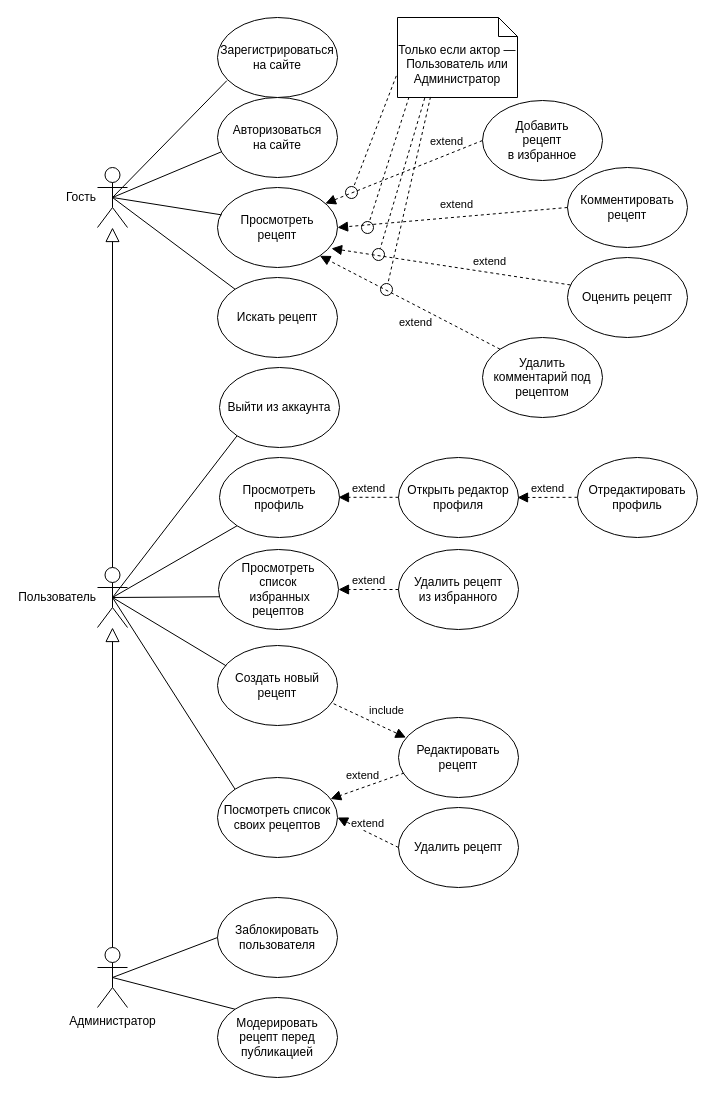
The draw.io diagram docs/Use-cases diagram/Use-cases diagram — Web Gastronomy.drawio in BullDigga/web-gastronomy, before the edit. Source tidied: cells renumbered, new cells numbered last; positions are measured from the earlier drawing's top-left corner, leaving out a move shared by most shapes. Both pictures are drawn from the tidied source at 100%, with x=0, y=0 at pixel (97, 17).
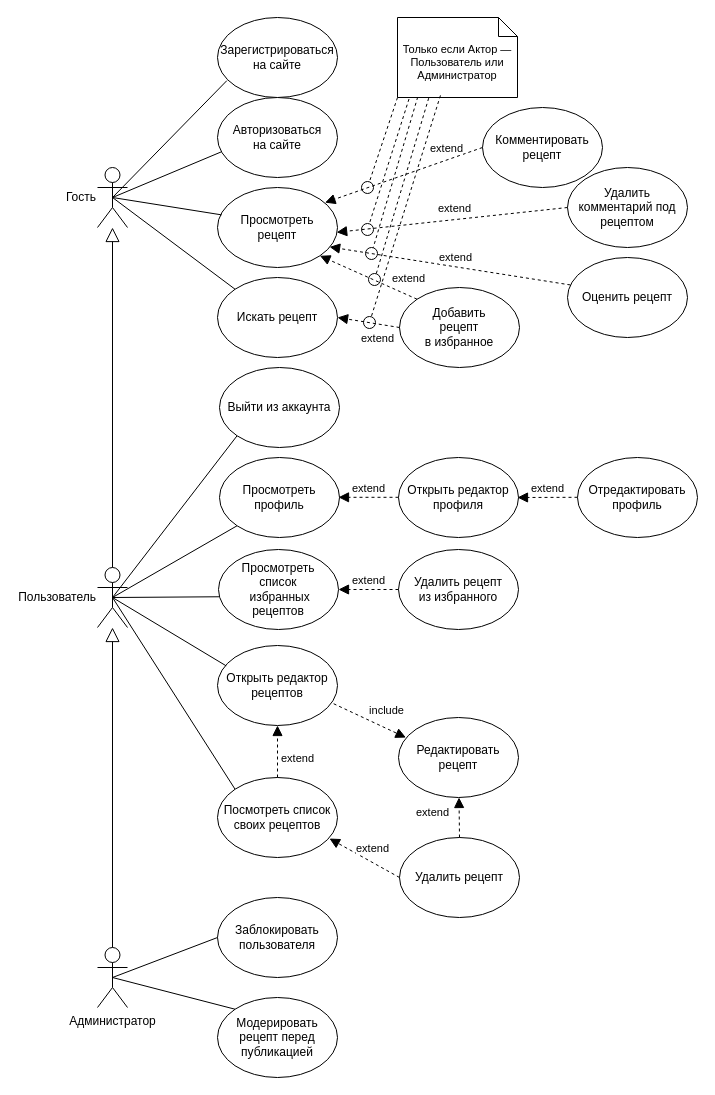
Above is the later version.

Commit message (it also covers changes not shown here):
Use-case «Добавить рецепт в избранное» теперь имеет extend-стрелку к use-case «Искать рецепт» в use-cases диаграмме

Unchanged cells that the change refers to:
```xml
<mxCell id="6" value="&lt;div&gt;Просмотреть&lt;/div&gt;&lt;div&gt;рецепт&lt;/div&gt;" style="ellipse;whiteSpace=wrap;html=1;" parent="1" vertex="1">
  <mxGeometry x="120" y="170" width="120" height="80" as="geometry" />
</mxCell>
<mxCell id="7" value="Искать рецепт" style="ellipse;whiteSpace=wrap;html=1;" parent="1" vertex="1">
  <mxGeometry x="120" y="260" width="120" height="80" as="geometry" />
</mxCell>
<mxCell id="12" value="&lt;div&gt;Редактировать рецепт&lt;/div&gt;" style="ellipse;whiteSpace=wrap;html=1;" parent="1" vertex="1">
  <mxGeometry x="301" y="700" width="120" height="80" as="geometry" />
</mxCell>
<mxCell id="17" value="Оценить рецепт" style="ellipse;whiteSpace=wrap;html=1;" parent="1" vertex="1">
  <mxGeometry x="470" y="240" width="120" height="80" as="geometry" />
</mxCell>
<mxCell id="44" value="&lt;div&gt;Посмотреть список&lt;/div&gt;&lt;div&gt;своих рецептов&lt;/div&gt;" style="ellipse;whiteSpace=wrap;html=1;" parent="1" vertex="1">
  <mxGeometry x="120" y="760" width="120" height="80" as="geometry" />
</mxCell>
```

Diff of the diagram source:
```diff
@@
-    <mxCell id="11" value="Создать новый рецепт" style="ellipse;whiteSpace=wrap;html=1;" parent="1" vertex="1">
+    <mxCell id="11" value="Открыть редактор рецептов" style="ellipse;whiteSpace=wrap;html=1;" parent="1" vertex="1">
       <mxGeometry x="120" y="628" width="120" height="80" as="geometry" />
     </mxCell>
@@
     <mxCell id="13" value="Удалить рецепт" style="ellipse;whiteSpace=wrap;html=1;" parent="1" vertex="1">
-      <mxGeometry x="301" y="790" width="120" height="80" as="geometry" />
+      <mxGeometry x="302" y="820" width="120" height="80" as="geometry" />
     </mxCell>
     <mxCell id="14" value="&lt;div&gt;Добавить&lt;/div&gt;&lt;div&gt;рецепт&lt;/div&gt;&lt;div&gt;в избранное&lt;/div&gt;" style="ellipse;whiteSpace=wrap;html=1;" parent="1" vertex="1">
-      <mxGeometry x="385" y="83" width="120" height="80" as="geometry" />
+      <mxGeometry x="302" y="270" width="120" height="80" as="geometry" />
     </mxCell>
@@
     <mxCell id="16" value="Комментировать рецепт" style="ellipse;whiteSpace=wrap;html=1;" parent="1" vertex="1">
-      <mxGeometry x="470" y="150" width="120" height="80" as="geometry" />
+      <mxGeometry x="385" y="90" width="120" height="80" as="geometry" />
     </mxCell>
@@
-    <mxCell id="30" value="extend" style="html=1;verticalAlign=bottom;endArrow=block;dashed=1;endSize=8;curved=0;rounded=0;endFill=1;entryX=0.899;entryY=0.2;entryDx=0;entryDy=0;exitX=0;exitY=0.5;exitDx=0;exitDy=0;entryPerimeter=0;" parent="1" edge="1" source="14" target="6">
-      <mxGeometry x="-0.56" y="-4" relative="1" as="geometry" />
+    <mxCell id="30" value="extend" style="html=1;verticalAlign=bottom;endArrow=block;dashed=1;endSize=8;curved=0;rounded=0;endFill=1;entryX=1;entryY=1;entryDx=0;entryDy=0;exitX=0;exitY=0;exitDx=0;exitDy=0;" parent="1" edge="1" source="14" target="6">
+      <mxGeometry x="-0.75" y="-7" relative="1" as="geometry" />
     </mxCell>
-    <mxCell id="31" value="extend" style="html=1;verticalAlign=bottom;endArrow=block;dashed=1;endSize=8;curved=0;rounded=0;endFill=1;entryX=1;entryY=0.5;entryDx=0;entryDy=0;exitX=0;exitY=0.5;exitDx=0;exitDy=0;" parent="1" edge="1" source="16" target="6">
-      <mxGeometry x="-0.04" y="-4" relative="1" as="geometry" />
+    <mxCell id="31" value="extend" style="html=1;verticalAlign=bottom;endArrow=block;dashed=1;endSize=8;curved=0;rounded=0;endFill=1;entryX=0.896;entryY=0.189;entryDx=0;entryDy=0;exitX=0;exitY=0.5;exitDx=0;exitDy=0;entryPerimeter=0;" parent="1" edge="1" source="16" target="6">
+      <mxGeometry x="-0.56" y="-2" relative="1" as="geometry" />
     </mxCell>
@@
-    <mxCell id="37" value="Только если актор — Пользователь или Администратор" style="shape=note2;boundedLbl=1;whiteSpace=wrap;html=1;size=19;verticalAlign=top;align=center;" parent="1" vertex="1">
+    <mxCell id="37" value="Только если Актор — Пользователь или Администратор" style="shape=note2;boundedLbl=1;whiteSpace=wrap;html=1;size=19;verticalAlign=top;align=center;fontSize=11;" parent="1" vertex="1">
       <mxGeometry x="300" width="120" height="80" as="geometry" />
     </mxCell>
-    <mxCell id="38" style="endArrow=oval;dashed=1;endFill=0;endSize=12;html=1;rounded=0;exitX=-0.01;exitY=0.73;exitDx=0;exitDy=0;exitPerimeter=0;" parent="1" edge="1" source="37">
+    <mxCell id="38" style="endArrow=oval;dashed=1;endFill=0;endSize=12;html=1;rounded=0;" parent="1" edge="1">
       <mxGeometry relative="1" as="geometry">
-        <mxPoint x="254" y="175" as="targetPoint" />
+        <mxPoint x="300" y="80" as="sourcePoint" />
+        <mxPoint x="270" y="170" as="targetPoint" />
       </mxGeometry>
     </mxCell>
-    <mxCell id="39" style="endArrow=oval;dashed=1;endFill=0;endSize=12;html=1;rounded=0;exitX=0.096;exitY=0.994;exitDx=0;exitDy=0;exitPerimeter=0;" parent="1" edge="1" source="37">
+    <mxCell id="39" style="endArrow=oval;dashed=1;endFill=0;endSize=12;html=1;rounded=0;exitX=0.096;exitY=0.994;exitDx=0;exitDy=0;exitPerimeter=0;" parent="1" edge="1">
       <mxGeometry relative="1" as="geometry">
-        <mxPoint x="270" y="210" as="targetPoint" />
+        <mxPoint x="311.5" y="81.5" as="sourcePoint" />
+        <mxPoint x="270" y="212" as="targetPoint" />
       </mxGeometry>
     </mxCell>
-    <mxCell id="40" value="extend" style="html=1;verticalAlign=bottom;endArrow=block;dashed=1;endSize=8;curved=0;rounded=0;endFill=1;entryX=0.95;entryY=0.762;entryDx=0;entryDy=0;exitX=0.024;exitY=0.343;exitDx=0;exitDy=0;entryPerimeter=0;exitPerimeter=0;" parent="1" edge="1" source="17" target="6">
-      <mxGeometry x="-0.32" y="-2" relative="1" as="geometry" />
+    <mxCell id="40" value="extend" style="html=1;verticalAlign=bottom;endArrow=block;dashed=1;endSize=8;curved=0;rounded=0;endFill=1;entryX=0.934;entryY=0.743;entryDx=0;entryDy=0;exitX=0.024;exitY=0.343;exitDx=0;exitDy=0;entryPerimeter=0;exitPerimeter=0;" parent="1" edge="1" source="17" target="6">
+      <mxGeometry x="-0.05" relative="1" as="geometry" />
     </mxCell>
-    <mxCell id="41" style="endArrow=oval;dashed=1;endFill=0;endSize=12;html=1;rounded=0;exitX=0.227;exitY=1.007;exitDx=0;exitDy=0;exitPerimeter=0;" parent="1" edge="1" source="37">
+    <mxCell id="41" style="endArrow=oval;dashed=1;endFill=0;endSize=12;html=1;rounded=0;exitX=0.227;exitY=1.007;exitDx=0;exitDy=0;exitPerimeter=0;" parent="1" edge="1">
       <mxGeometry relative="1" as="geometry">
-        <mxPoint x="281" y="237" as="targetPoint" />
+        <mxPoint x="320.2" y="79.6" as="sourcePoint" />
+        <mxPoint x="274" y="236" as="targetPoint" />
       </mxGeometry>
     </mxCell>
@@
-    <mxCell id="45" value="extend" style="html=1;verticalAlign=bottom;endArrow=block;dashed=1;endSize=8;curved=0;rounded=0;endFill=1;entryX=1;entryY=0.5;entryDx=0;entryDy=0;exitX=0;exitY=0.5;exitDx=0;exitDy=0;" parent="1" edge="1" source="13" target="44">
-      <mxGeometry relative="1" as="geometry" />
+    <mxCell id="45" value="extend" style="html=1;verticalAlign=bottom;endArrow=block;dashed=1;endSize=8;curved=0;rounded=0;endFill=1;entryX=0.933;entryY=0.763;entryDx=0;entryDy=0;exitX=0;exitY=0.5;exitDx=0;exitDy=0;entryPerimeter=0;" parent="1" edge="1" source="13" target="44">
+      <mxGeometry x="-0.18" y="-4" relative="1" as="geometry" />
     </mxCell>
-    <mxCell id="46" value="extend" style="html=1;verticalAlign=bottom;endArrow=block;dashed=1;endSize=8;curved=0;rounded=0;endFill=1;exitX=0.047;exitY=0.694;exitDx=0;exitDy=0;exitPerimeter=0;" parent="1" edge="1" source="12" target="44">
-      <mxGeometry x="0.11" y="-3" relative="1" as="geometry" />
+    <mxCell id="46" value="extend" style="html=1;verticalAlign=bottom;endArrow=block;dashed=1;endSize=8;curved=0;rounded=0;endFill=1;exitX=0.5;exitY=0;exitDx=0;exitDy=0;entryX=0.5;entryY=1;entryDx=0;entryDy=0;" parent="1" edge="1" source="44" target="11">
+      <mxGeometry x="-0.62" y="-20" relative="1" as="geometry" />
     </mxCell>
@@
     <mxCell id="48" value="Удалить комментарий под рецептом" style="ellipse;whiteSpace=wrap;html=1;" parent="1" vertex="1">
-      <mxGeometry x="385" y="320" width="120" height="80" as="geometry" />
+      <mxGeometry x="470" y="150" width="120" height="80" as="geometry" />
     </mxCell>
-    <mxCell id="49" value="extend" style="html=1;verticalAlign=bottom;endArrow=block;dashed=1;endSize=8;curved=0;rounded=0;endFill=1;entryX=1;entryY=1;entryDx=0;entryDy=0;exitX=0;exitY=0;exitDx=0;exitDy=0;" parent="1" edge="1" source="48" target="6">
-      <mxGeometry x="-0.18" y="23" relative="1" as="geometry" />
+    <mxCell id="49" value="extend" style="html=1;verticalAlign=bottom;endArrow=block;dashed=1;endSize=8;curved=0;rounded=0;endFill=1;entryX=0.993;entryY=0.56;entryDx=0;entryDy=0;exitX=0;exitY=0.5;exitDx=0;exitDy=0;entryPerimeter=0;" parent="1" edge="1" source="48" target="6">
+      <mxGeometry x="-0.03" y="-2" relative="1" as="geometry" />
     </mxCell>
-    <mxCell id="50" style="endArrow=oval;dashed=1;endFill=0;endSize=12;html=1;rounded=0;exitX=0.275;exitY=0.993;exitDx=0;exitDy=0;exitPerimeter=0;" parent="1" edge="1" source="37">
+    <mxCell id="50" style="endArrow=oval;dashed=1;endFill=0;endSize=12;html=1;rounded=0;exitX=0.26;exitY=1.008;exitDx=0;exitDy=0;exitPerimeter=0;" parent="1" edge="1" source="37">
       <mxGeometry relative="1" as="geometry">
-        <mxPoint x="289" y="272" as="targetPoint" />
+        <mxPoint x="277" y="262" as="targetPoint" />
       </mxGeometry>
     </mxCell>
@@
+    <mxCell id="53" value="extend" style="html=1;verticalAlign=bottom;endArrow=block;dashed=1;endSize=8;curved=0;rounded=0;endFill=1;exitX=0.5;exitY=0;exitDx=0;exitDy=0;" parent="1" edge="1" source="13" target="12">
+      <mxGeometry x="-0.2" y="27" relative="1" as="geometry" />
+    </mxCell>
+    <mxCell id="54" value="extend" style="html=1;verticalAlign=bottom;endArrow=block;dashed=1;endSize=8;curved=0;rounded=0;endFill=1;entryX=1;entryY=0.5;entryDx=0;entryDy=0;exitX=0;exitY=0.5;exitDx=0;exitDy=0;" parent="1" edge="1" source="14" target="7">
+      <mxGeometry x="-0.41" y="23" relative="1" as="geometry" />
+    </mxCell>
+    <mxCell id="55" style="endArrow=oval;dashed=1;endFill=0;endSize=12;html=1;rounded=0;exitX=0.358;exitY=0.974;exitDx=0;exitDy=0;exitPerimeter=0;" parent="1" edge="1" source="37">
+      <mxGeometry relative="1" as="geometry">
+        <mxPoint x="272" y="305" as="targetPoint" />
+      </mxGeometry>
+    </mxCell>
```
